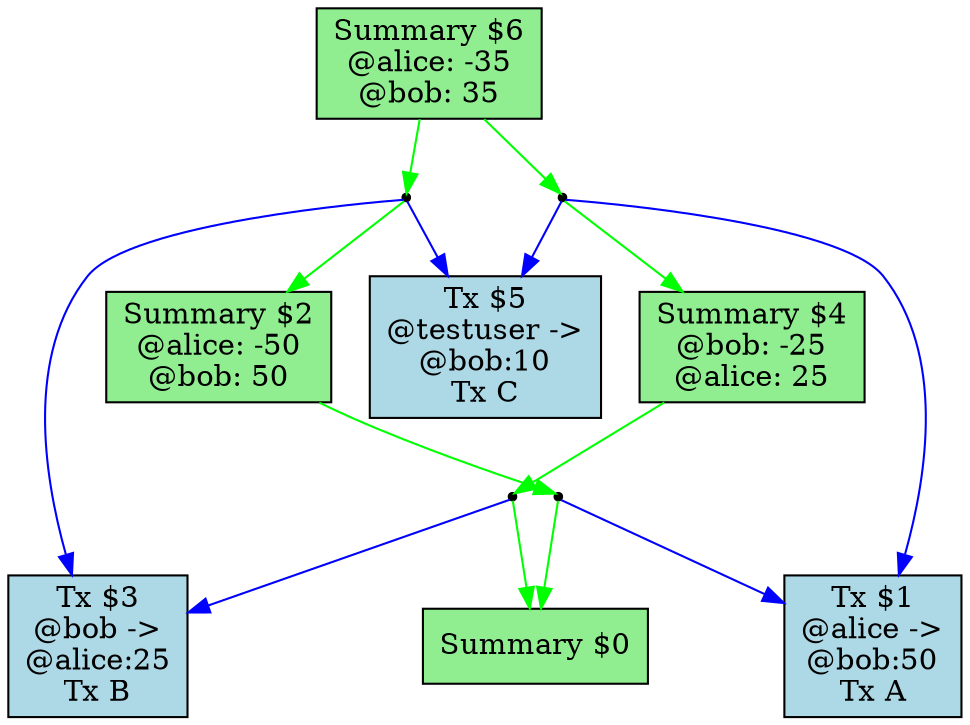
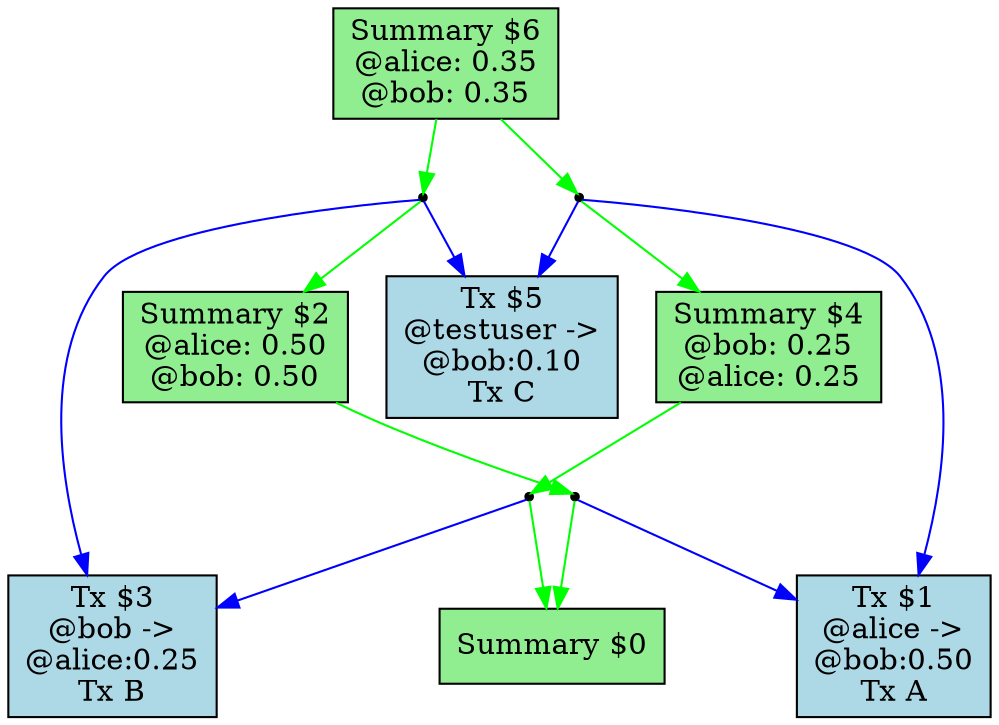
digraph G {
  node [shape=box];
-   "$1" [label="Tx $1\n@alice ->\n@bob:50\nTx A", style=filled, fillcolor=lightblue];
-   "$3" [label="Tx $3\n@bob ->\n@alice:25\nTx B", style=filled, fillcolor=lightblue];
-   "$5" [label="Tx $5\n@testuser ->\n@bob:10\nTx C", style=filled, fillcolor=lightblue];
+   "$1" [label="Tx $1\n@alice ->\n@bob:0.50\nTx A", style=filled, fillcolor=lightblue];
+   "$3" [label="Tx $3\n@bob ->\n@alice:0.25\nTx B", style=filled, fillcolor=lightblue];
+   "$5" [label="Tx $5\n@testuser ->\n@bob:0.10\nTx C", style=filled, fillcolor=lightblue];
  "$0" [label="Summary $0\n", style=filled, fillcolor=lightgreen];
-   "$2" [label="Summary $2\n@alice: -50\n@bob: 50", style=filled, fillcolor=lightgreen];
+   "$2" [label="Summary $2\n@alice: 0.50\n@bob: 0.50", style=filled, fillcolor=lightgreen];
  "ind_$2_$0" [shape=point];
  "$2" -> "ind_$2_$0" [color=green];
  "ind_$2_$0" -> "$0" [color=green];
  "ind_$2_$0" -> "$1" [color=blue];
-   "$4" [label="Summary $4\n@bob: -25\n@alice: 25", style=filled, fillcolor=lightgreen];
+   "$4" [label="Summary $4\n@bob: 0.25\n@alice: 0.25", style=filled, fillcolor=lightgreen];
  "ind_$4_$0" [shape=point];
  "$4" -> "ind_$4_$0" [color=green];
  "ind_$4_$0" -> "$0" [color=green];
  "ind_$4_$0" -> "$3" [color=blue];
-   "$6" [label="Summary $6\n@alice: -35\n@bob: 35", style=filled, fillcolor=lightgreen];
+   "$6" [label="Summary $6\n@alice: 0.35\n@bob: 0.35", style=filled, fillcolor=lightgreen];
  "ind_$6_$2" [shape=point];
  "$6" -> "ind_$6_$2" [color=green];
  "ind_$6_$2" -> "$2" [color=green];
  "ind_$6_$2" -> "$3" [color=blue];
  "ind_$6_$2" -> "$5" [color=blue];
  "ind_$6_$4" [shape=point];
  "$6" -> "ind_$6_$4" [color=green];
  "ind_$6_$4" -> "$4" [color=green];
  "ind_$6_$4" -> "$1" [color=blue];
  "ind_$6_$4" -> "$5" [color=blue];
}
